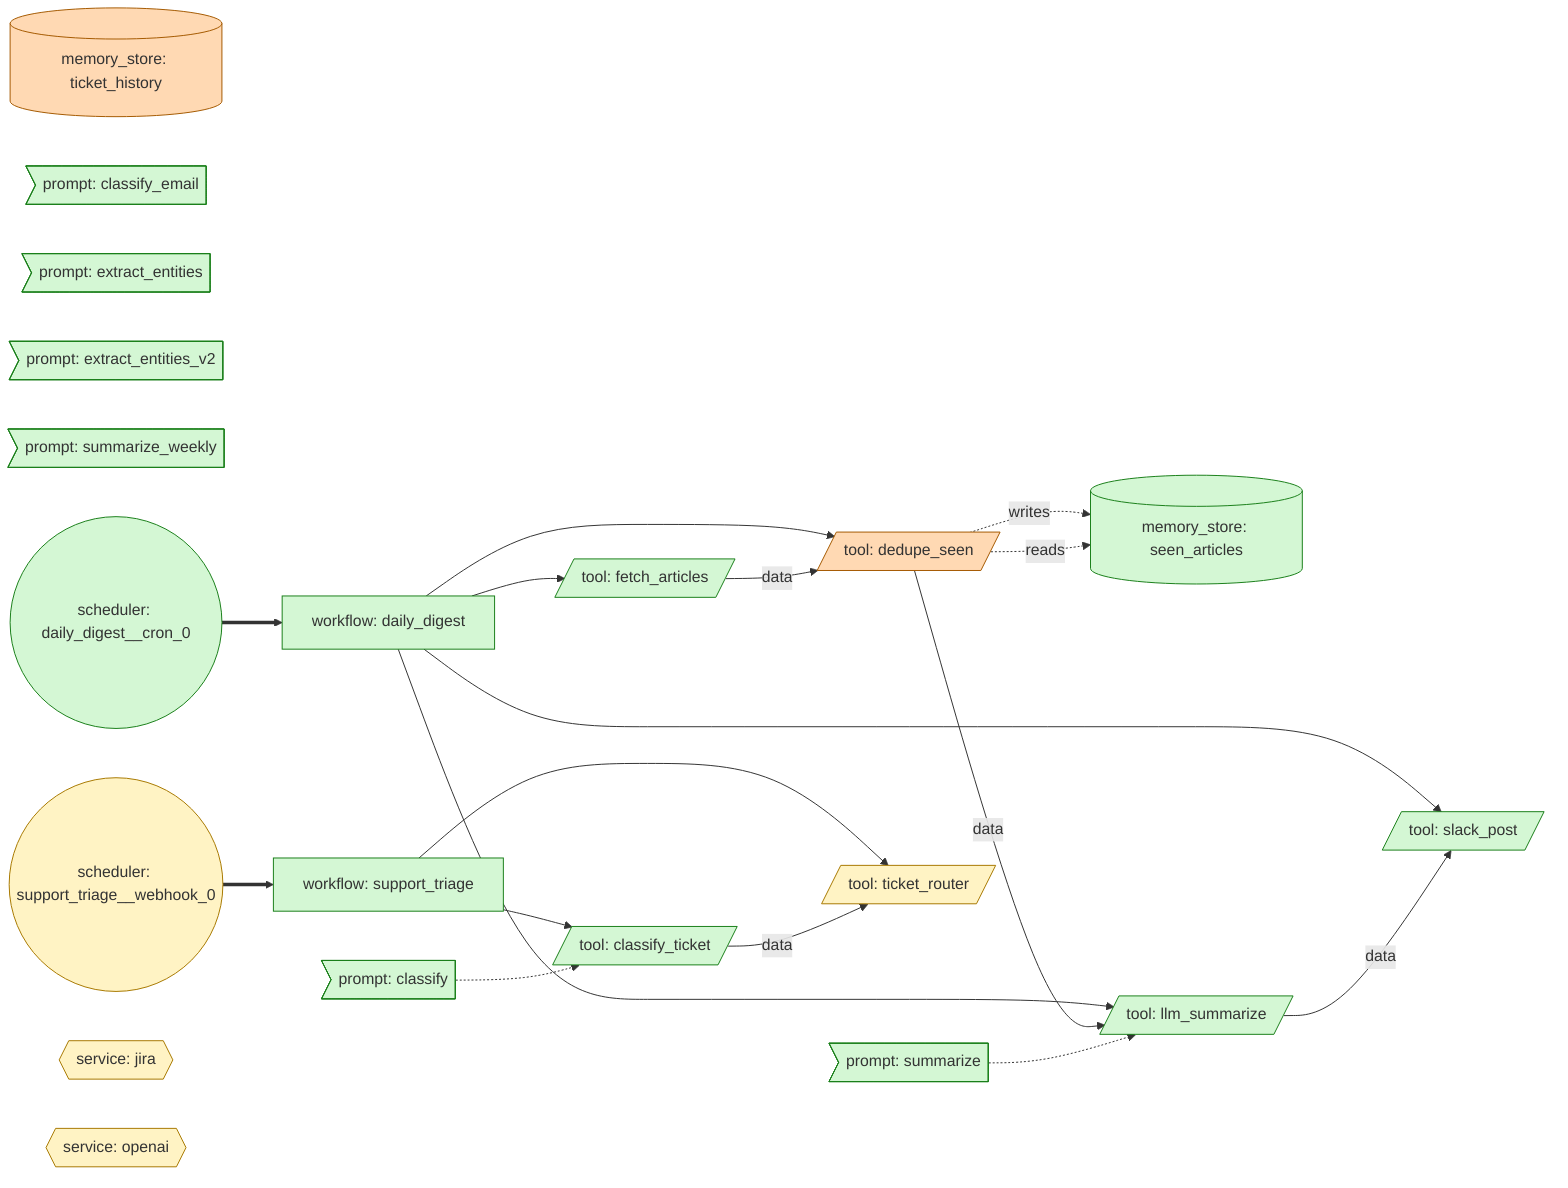
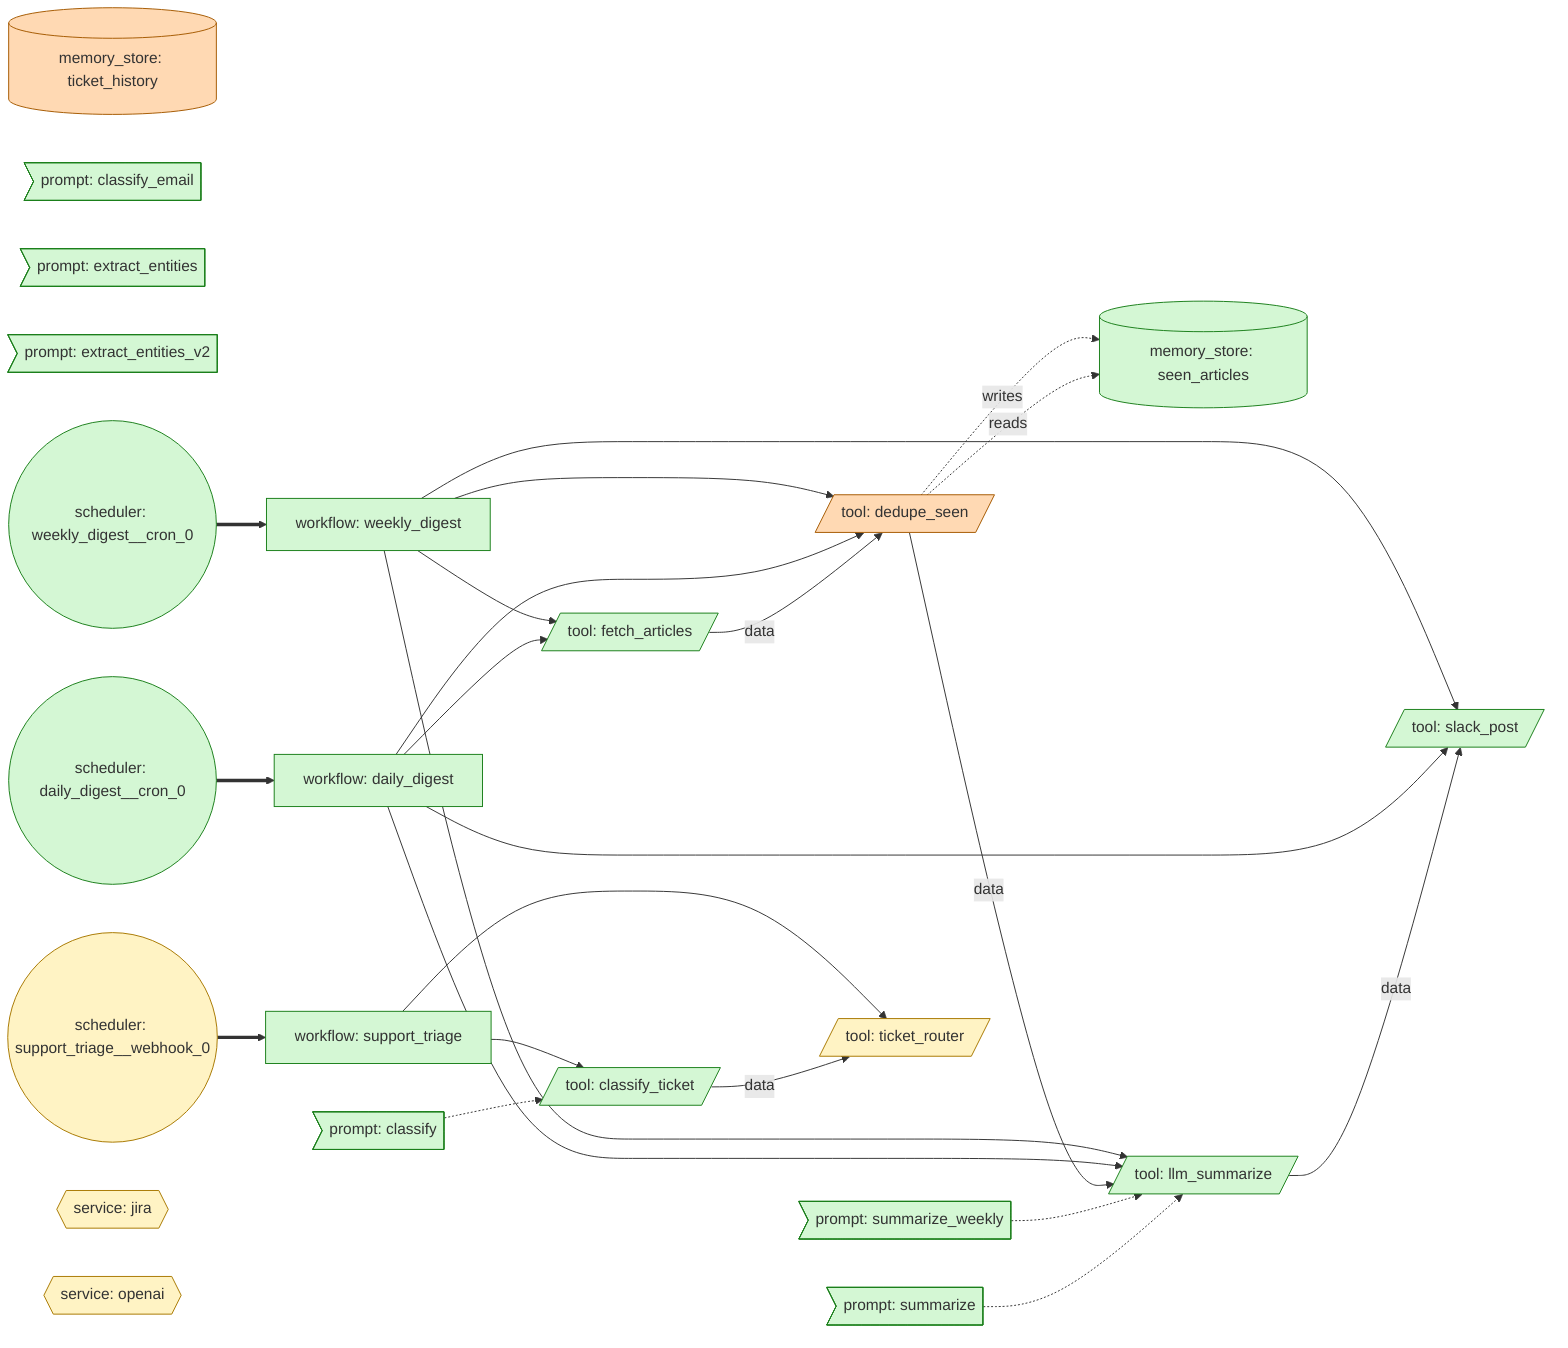
flowchart LR
    classDef portable fill:#d4f7d4,stroke:#1a7f1a
    classDef partial fill:#fff3c4,stroke:#a87900
    classDef needsReview fill:#ffd9b3,stroke:#a55a00
    classDef unsupported fill:#f7c2c2,stroke:#8a1a1a

    memory_store_seen_articles_224b7537[("memory_store: seen_articles")]
    memory_store_ticket_history_ab3bfe34[("memory_store: ticket_history")]
    prompt_classify_58b0dd7d>""prompt: classify""]
    prompt_classify_email_dcb87d2d>""prompt: classify_email""]
    prompt_extract_entities_c02042f1>""prompt: extract_entities""]
    prompt_extract_entities_v2_a9cae10a>""prompt: extract_entities_v2""]
    prompt_summarize_308b46e6>""prompt: summarize""]
    prompt_summarize_weekly_b92eecf8>""prompt: summarize_weekly""]
    scheduler_daily_digest__cron_0_a8ea69fb(("scheduler: daily_digest__cron_0"))
    scheduler_support_triage__webhook_0_aecba949(("scheduler: support_triage__webhook_0"))
+     scheduler_weekly_digest__cron_0_3423136f(("scheduler: weekly_digest__cron_0"))
    service_jira_58c6ed2e{{"service: jira"}}
    service_openai_b65eb310{{"service: openai"}}
    tool_classify_ticket_a5e277f1[/"tool: classify_ticket"/]
    tool_dedupe_seen_f7650ecd[/"tool: dedupe_seen"/]
    tool_fetch_articles_d03c4684[/"tool: fetch_articles"/]
    tool_llm_summarize_5832eb46[/"tool: llm_summarize"/]
    tool_slack_post_5821e6e4[/"tool: slack_post"/]
    tool_ticket_router_056cefb3[/"tool: ticket_router"/]
    workflow_daily_digest_e88d0b2a["workflow: daily_digest"]
    workflow_support_triage_f2b1e5a4["workflow: support_triage"]
+     workflow_weekly_digest_f2715c20["workflow: weekly_digest"]

    prompt_classify_58b0dd7d -.-> tool_classify_ticket_a5e277f1
    prompt_summarize_308b46e6 -.-> tool_llm_summarize_5832eb46
+     prompt_summarize_weekly_b92eecf8 -.-> tool_llm_summarize_5832eb46
    scheduler_daily_digest__cron_0_a8ea69fb ==> workflow_daily_digest_e88d0b2a
    scheduler_support_triage__webhook_0_aecba949 ==> workflow_support_triage_f2b1e5a4
+     scheduler_weekly_digest__cron_0_3423136f ==> workflow_weekly_digest_f2715c20
    tool_classify_ticket_a5e277f1 -->|data| tool_ticket_router_056cefb3
    tool_dedupe_seen_f7650ecd -.->|reads| memory_store_seen_articles_224b7537
    tool_dedupe_seen_f7650ecd -.->|writes| memory_store_seen_articles_224b7537
    tool_dedupe_seen_f7650ecd -->|data| tool_llm_summarize_5832eb46
    tool_fetch_articles_d03c4684 -->|data| tool_dedupe_seen_f7650ecd
    tool_llm_summarize_5832eb46 -->|data| tool_slack_post_5821e6e4
    workflow_daily_digest_e88d0b2a --> tool_dedupe_seen_f7650ecd
    workflow_daily_digest_e88d0b2a --> tool_fetch_articles_d03c4684
    workflow_daily_digest_e88d0b2a --> tool_llm_summarize_5832eb46
    workflow_daily_digest_e88d0b2a --> tool_slack_post_5821e6e4
    workflow_support_triage_f2b1e5a4 --> tool_classify_ticket_a5e277f1
    workflow_support_triage_f2b1e5a4 --> tool_ticket_router_056cefb3
+     workflow_weekly_digest_f2715c20 --> tool_dedupe_seen_f7650ecd
+     workflow_weekly_digest_f2715c20 --> tool_fetch_articles_d03c4684
+     workflow_weekly_digest_f2715c20 --> tool_llm_summarize_5832eb46
+     workflow_weekly_digest_f2715c20 --> tool_slack_post_5821e6e4

    class memory_store_seen_articles_224b7537 portable
    class memory_store_ticket_history_ab3bfe34 needsReview
    class prompt_classify_58b0dd7d portable
    class prompt_classify_email_dcb87d2d portable
    class prompt_extract_entities_c02042f1 portable
    class prompt_extract_entities_v2_a9cae10a portable
    class prompt_summarize_308b46e6 portable
    class prompt_summarize_weekly_b92eecf8 portable
    class scheduler_daily_digest__cron_0_a8ea69fb portable
    class scheduler_support_triage__webhook_0_aecba949 partial
+     class scheduler_weekly_digest__cron_0_3423136f portable
    class service_jira_58c6ed2e partial
    class service_openai_b65eb310 partial
    class tool_classify_ticket_a5e277f1 portable
    class tool_dedupe_seen_f7650ecd needsReview
    class tool_fetch_articles_d03c4684 portable
    class tool_llm_summarize_5832eb46 portable
    class tool_slack_post_5821e6e4 portable
    class tool_ticket_router_056cefb3 partial
    class workflow_daily_digest_e88d0b2a portable
-     class workflow_support_triage_f2b1e5a4 portable+     class workflow_support_triage_f2b1e5a4 portable
+     class workflow_weekly_digest_f2715c20 portable